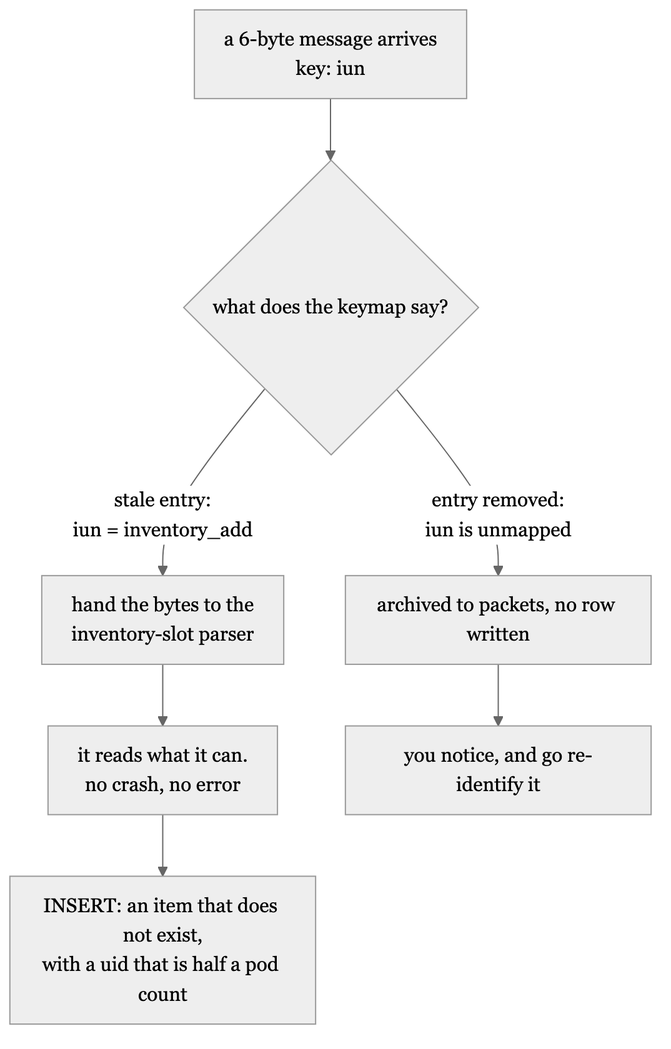
Above: blog/medium/assets/02-d01.png in Miou-zora/SniffSniffSquared (Mermaid), before the change. Its source is kept beside it as blog/medium/assets/02-d01.mmd. Its diagram source:
```mermaid
flowchart TD
    W["a 6-byte message arrives<br/>key: iun"] --> B{"what does the keymap say?"}
    B -->|"stale entry:<br/>iun = inventory_add"| C["hand the bytes to the<br/>inventory-slot parser"]
    C --> D["it reads what it can.<br/>no crash, no error"]
    D --> E["INSERT: an item that does not exist,<br/>with a uid that is half a pod count"]
    B -->|"entry removed:<br/>iun is unmapped"| F["archived to packets, no row written"]
    F --> G["you notice, and go re-identify it"]
```
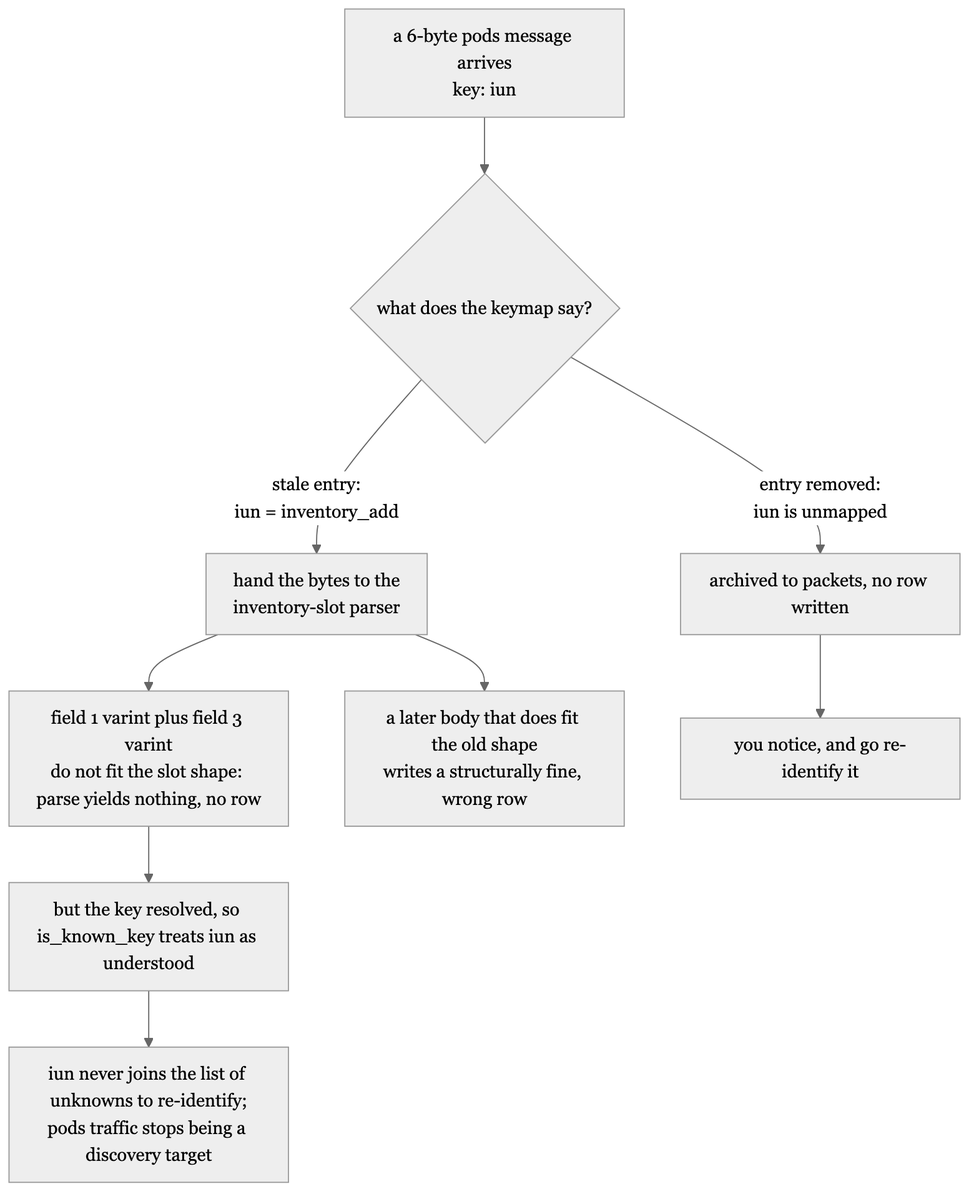
Later version of the same file.

What changed in the source:
```diff
@@ -1,7 +1,9 @@
 flowchart TD
-    W["a 6-byte message arrives<br/>key: iun"] --> B{"what does the keymap say?"}
+    W["a 6-byte pods message arrives<br/>key: iun"] --> B{"what does the keymap say?"}
     B -->|"stale entry:<br/>iun = inventory_add"| C["hand the bytes to the<br/>inventory-slot parser"]
-    C --> D["it reads what it can.<br/>no crash, no error"]
-    D --> E["INSERT: an item that does not exist,<br/>with a uid that is half a pod count"]
+    C --> D["field 1 varint plus field 3 varint<br/>do not fit the slot shape: parse yields nothing, no row"]
+    D --> K["but the key resolved, so is_known_key treats iun as understood"]
+    K --> L["iun never joins the list of unknowns to re-identify;<br/>pods traffic stops being a discovery target"]
+    C --> M["a later body that does fit the old shape<br/>writes a structurally fine, wrong row"]
     B -->|"entry removed:<br/>iun is unmapped"| F["archived to packets, no row written"]
     F --> G["you notice, and go re-identify it"]
```
